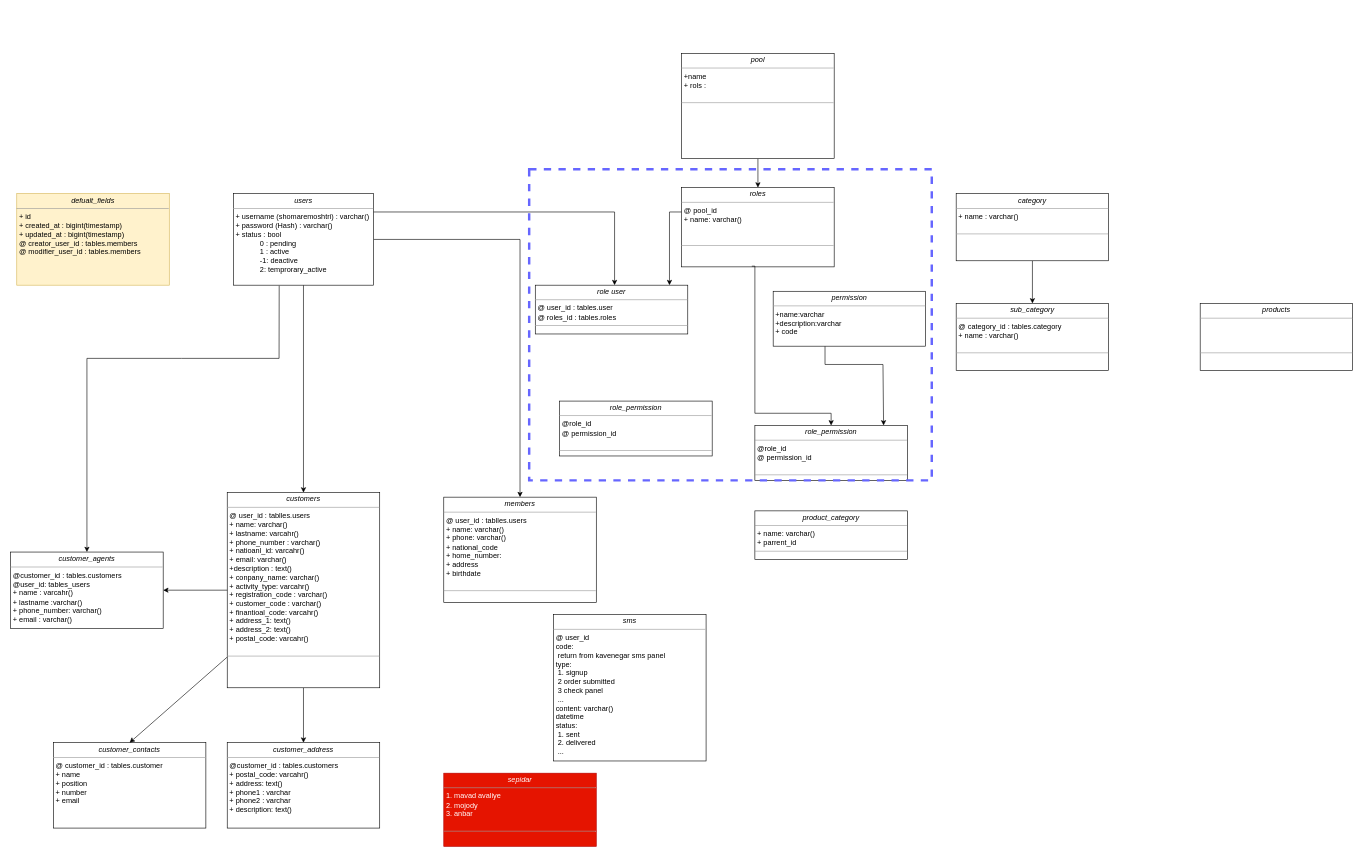
The draw.io diagram negarhak.drawio in MeysamRT76/negarhak-db-uml, before the edit. Source tidied: cells renumbered, new cells numbered last; positions are measured from the earlier drawing's top-left corner, leaving out a move shared by most shapes. Both pictures are drawn from the tidied source at 61%, with x=0, y=0 at pixel (10, 53).
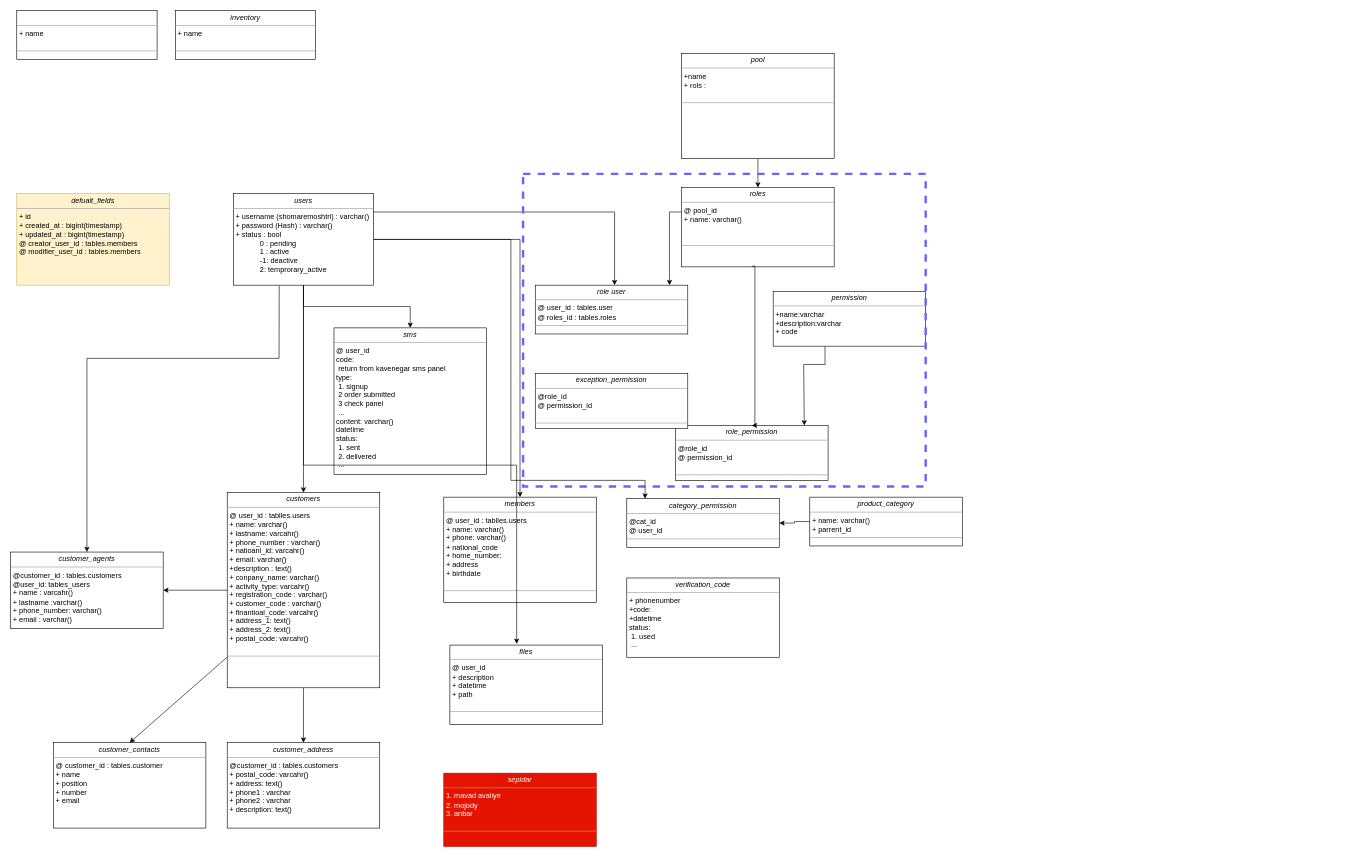
The same page after the edit.

The change refers to these unchanged cells:
```xml
<mxCell id="4" value="&lt;p style=&quot;margin:0px;margin-top:4px;text-align:center;&quot;&gt;&lt;i&gt;users&lt;/i&gt;&lt;/p&gt;&lt;hr size=&quot;1&quot;&gt;&lt;p style=&quot;margin:0px;margin-left:4px;&quot;&gt;+ username (shomaremoshtri) : varchar()&amp;nbsp;&lt;br&gt;+ password (Hash) : varchar()&lt;/p&gt;&lt;p style=&quot;margin:0px;margin-left:4px;&quot;&gt;+ status : bool&lt;/p&gt;&lt;blockquote style=&quot;margin: 0 0 0 40px; border: none; padding: 0px;&quot;&gt;&lt;p style=&quot;margin:0px;margin-left:4px;&quot;&gt;0 : pending&lt;/p&gt;&lt;p style=&quot;margin:0px;margin-left:4px;&quot;&gt;1 : active&lt;/p&gt;&lt;p style=&quot;margin:0px;margin-left:4px;&quot;&gt;-1: deactive&lt;/p&gt;&lt;p style=&quot;margin:0px;margin-left:4px;&quot;&gt;2: temprorary_active&lt;/p&gt;&lt;/blockquote&gt;&lt;p style=&quot;margin:0px;margin-left:4px;&quot;&gt;&lt;br&gt;&lt;/p&gt;&lt;hr size=&quot;1&quot;&gt;&lt;p style=&quot;margin:0px;margin-left:4px;&quot;&gt;&lt;br&gt;&lt;/p&gt;" style="verticalAlign=top;align=left;overflow=fill;fontSize=12;fontFamily=Helvetica;html=1;rounded=0;shadow=0;comic=0;labelBackgroundColor=none;strokeWidth=1;" parent="1" vertex="1">
  <mxGeometry x="365" y="230" width="230" height="150" as="geometry" />
</mxCell>
<mxCell id="8" value="&lt;p style=&quot;margin:0px;margin-top:4px;text-align:center;&quot;&gt;&lt;i&gt;roles&lt;/i&gt;&lt;/p&gt;&lt;hr size=&quot;1&quot;&gt;&lt;p style=&quot;margin:0px;margin-left:4px;&quot;&gt;&lt;span style=&quot;background-color: initial;&quot;&gt;@ pool_id&lt;/span&gt;&lt;/p&gt;&lt;p style=&quot;margin:0px;margin-left:4px;&quot;&gt;&lt;span style=&quot;background-color: initial;&quot;&gt;+ name: varchar()&lt;/span&gt;&lt;/p&gt;&lt;p style=&quot;margin:0px;margin-left:4px;&quot;&gt;&lt;br&gt;&lt;/p&gt;&lt;p style=&quot;margin:0px;margin-left:4px;&quot;&gt;&lt;br&gt;&lt;/p&gt;&lt;hr size=&quot;1&quot;&gt;&lt;p style=&quot;margin:0px;margin-left:4px;&quot;&gt;&lt;br&gt;&lt;/p&gt;" style="verticalAlign=top;align=left;overflow=fill;fontSize=12;fontFamily=Helvetica;html=1;rounded=0;shadow=0;comic=0;labelBackgroundColor=none;strokeWidth=1;" parent="1" vertex="1">
  <mxGeometry x="1100" y="220" width="250" height="130" as="geometry" />
</mxCell>
<mxCell id="27" value="&lt;p style=&quot;margin:0px;margin-top:4px;text-align:center;&quot;&gt;&lt;i&gt;permission&lt;/i&gt;&lt;/p&gt;&lt;hr size=&quot;1&quot;&gt;&lt;p style=&quot;margin:0px;margin-left:4px;&quot;&gt;+name:varchar&lt;/p&gt;&lt;p style=&quot;margin:0px;margin-left:4px;&quot;&gt;+description:varchar&lt;/p&gt;&lt;p style=&quot;margin:0px;margin-left:4px;&quot;&gt;+ code&lt;/p&gt;&lt;p style=&quot;margin:0px;margin-left:4px;&quot;&gt;&lt;br&gt;&lt;/p&gt;&lt;hr size=&quot;1&quot;&gt;&lt;p style=&quot;margin:0px;margin-left:4px;&quot;&gt;&lt;br&gt;&lt;/p&gt;" style="verticalAlign=top;align=left;overflow=fill;fontSize=12;fontFamily=Helvetica;html=1;rounded=0;shadow=0;comic=0;labelBackgroundColor=none;strokeWidth=1;" parent="1" vertex="1">
  <mxGeometry x="1250" y="390" width="250" height="90" as="geometry" />
</mxCell>
```

The edit, as a diff of the source:
```diff
@@
-    <mxCell id="17" style="edgeStyle=orthogonalEdgeStyle;rounded=0;jettySize=auto;html=1;" parent="1" edge="1" source="18" target="19">
-      <mxGeometry relative="1" as="geometry" />
-    </mxCell>
-    <mxCell id="18" value="&lt;p style=&quot;margin:0px;margin-top:4px;text-align:center;&quot;&gt;&lt;i&gt;category&lt;/i&gt;&lt;/p&gt;&lt;hr size=&quot;1&quot;&gt;&lt;p style=&quot;margin:0px;margin-left:4px;&quot;&gt;+ name : varchar()&lt;/p&gt;&lt;p style=&quot;margin:0px;margin-left:4px;&quot;&gt;&lt;br&gt;&lt;/p&gt;&lt;hr size=&quot;1&quot;&gt;&lt;p style=&quot;margin:0px;margin-left:4px;&quot;&gt;&lt;br&gt;&lt;/p&gt;" style="verticalAlign=top;align=left;overflow=fill;fontSize=12;fontFamily=Helvetica;html=1;rounded=0;shadow=0;comic=0;labelBackgroundColor=none;strokeWidth=1;" parent="1" vertex="1">
-      <mxGeometry x="1550" y="230" width="250" height="110" as="geometry" />
-    </mxCell>
-    <mxCell id="19" value="&lt;p style=&quot;margin:0px;margin-top:4px;text-align:center;&quot;&gt;&lt;i&gt;sub_category&lt;/i&gt;&lt;/p&gt;&lt;hr size=&quot;1&quot;&gt;&lt;p style=&quot;margin:0px;margin-left:4px;&quot;&gt;@ category_id : tables.category&lt;/p&gt;&lt;p style=&quot;margin:0px;margin-left:4px;&quot;&gt;+ name : varchar()&lt;/p&gt;&lt;p style=&quot;margin:0px;margin-left:4px;&quot;&gt;&lt;br&gt;&lt;/p&gt;&lt;hr size=&quot;1&quot;&gt;&lt;p style=&quot;margin:0px;margin-left:4px;&quot;&gt;&lt;br&gt;&lt;/p&gt;" style="verticalAlign=top;align=left;overflow=fill;fontSize=12;fontFamily=Helvetica;html=1;rounded=0;shadow=0;comic=0;labelBackgroundColor=none;strokeWidth=1;" parent="1" vertex="1">
-      <mxGeometry x="1550" y="410" width="250" height="110" as="geometry" />
-    </mxCell>
-    <mxCell id="20" value="&lt;p style=&quot;margin:0px;margin-top:4px;text-align:center;&quot;&gt;&lt;i&gt;products&lt;/i&gt;&lt;/p&gt;&lt;hr size=&quot;1&quot;&gt;&lt;p style=&quot;margin:0px;margin-left:4px;&quot;&gt;&lt;br&gt;&lt;/p&gt;&lt;p style=&quot;margin:0px;margin-left:4px;&quot;&gt;&lt;br&gt;&lt;/p&gt;&lt;p style=&quot;margin:0px;margin-left:4px;&quot;&gt;&lt;br&gt;&lt;/p&gt;&lt;hr size=&quot;1&quot;&gt;&lt;p style=&quot;margin:0px;margin-left:4px;&quot;&gt;&lt;br&gt;&lt;/p&gt;" style="verticalAlign=top;align=left;overflow=fill;fontSize=12;fontFamily=Helvetica;html=1;rounded=0;shadow=0;comic=0;labelBackgroundColor=none;strokeWidth=1;" parent="1" vertex="1">
-      <mxGeometry x="1950" y="410" width="250" height="110" as="geometry" />
-    </mxCell>
+    <mxCell id="34" style="edgeStyle=orthogonalEdgeStyle;rounded=0;jettySize=auto;html=1;" parent="1" edge="1" source="21" target="38">
+      <mxGeometry relative="1" as="geometry" />
+    </mxCell>
     <mxCell id="21" value="&lt;p style=&quot;margin:0px;margin-top:4px;text-align:center;&quot;&gt;&lt;i&gt;product_category&lt;/i&gt;&lt;/p&gt;&lt;hr size=&quot;1&quot;&gt;&lt;p style=&quot;margin:0px;margin-left:4px;&quot;&gt;&lt;span style=&quot;background-color: initial;&quot;&gt;+ name: varchar()&lt;/span&gt;&lt;/p&gt;&lt;p style=&quot;margin:0px;margin-left:4px;&quot;&gt;+ parrent_id&lt;/p&gt;&lt;hr size=&quot;1&quot;&gt;&lt;p style=&quot;margin:0px;margin-left:4px;&quot;&gt;&lt;br&gt;&lt;/p&gt;" style="verticalAlign=top;align=left;overflow=fill;fontSize=12;fontFamily=Helvetica;html=1;rounded=0;shadow=0;comic=0;labelBackgroundColor=none;strokeWidth=1;" parent="1" vertex="1">
-      <mxGeometry x="1220" y="750" width="250" height="80" as="geometry" />
+      <mxGeometry x="1310" y="727.5" width="250" height="80" as="geometry" />
     </mxCell>
@@
     <mxCell id="23" value="&lt;p style=&quot;margin:0px;margin-top:4px;text-align:center;&quot;&gt;&lt;i&gt;sms&lt;/i&gt;&lt;/p&gt;&lt;hr size=&quot;1&quot;&gt;&lt;p style=&quot;margin:0px;margin-left:4px;&quot;&gt;&lt;span style=&quot;background-color: initial;&quot;&gt;@ user_id&lt;/span&gt;&lt;/p&gt;&lt;p style=&quot;margin:0px;margin-left:4px;&quot;&gt;&lt;span style=&quot;background-color: initial;&quot;&gt;code:&amp;nbsp;&lt;/span&gt;&lt;br&gt;&lt;/p&gt;&lt;p style=&quot;margin:0px;margin-left:4px;&quot;&gt;&lt;span style=&quot;background-color: initial;&quot;&gt;&lt;span style=&quot;white-space: pre;&quot;&gt; &lt;/span&gt;return from kavenegar sms panel&lt;br&gt;&lt;/span&gt;&lt;/p&gt;&lt;p style=&quot;margin:0px;margin-left:4px;&quot;&gt;&lt;span style=&quot;background-color: initial;&quot;&gt;type:&amp;nbsp;&lt;/span&gt;&lt;/p&gt;&lt;p style=&quot;margin:0px;margin-left:4px;&quot;&gt;&lt;span style=&quot;background-color: initial;&quot;&gt;&lt;span style=&quot;white-space: pre;&quot;&gt; &lt;/span&gt;1. signup&lt;br&gt;&lt;/span&gt;&lt;/p&gt;&lt;p style=&quot;margin:0px;margin-left:4px;&quot;&gt;&lt;span style=&quot;background-color: initial;&quot;&gt;&lt;span style=&quot;white-space: pre;&quot;&gt; &lt;/span&gt;2 order submitted&lt;br&gt;&lt;/span&gt;&lt;/p&gt;&lt;p style=&quot;margin:0px;margin-left:4px;&quot;&gt;&lt;span style=&quot;background-color: initial;&quot;&gt;&lt;span style=&quot;white-space: pre;&quot;&gt; &lt;/span&gt;3 check panel&lt;br&gt;&lt;/span&gt;&lt;/p&gt;&lt;p style=&quot;margin:0px;margin-left:4px;&quot;&gt;&lt;span style=&quot;background-color: initial;&quot;&gt;&lt;span style=&quot;white-space: pre;&quot;&gt; &lt;/span&gt;...&lt;br&gt;&lt;/span&gt;&lt;/p&gt;&lt;p style=&quot;margin:0px;margin-left:4px;&quot;&gt;content: varchar()&lt;/p&gt;&lt;p style=&quot;margin:0px;margin-left:4px;&quot;&gt;datetime&lt;/p&gt;&lt;p style=&quot;margin:0px;margin-left:4px;&quot;&gt;status:&lt;/p&gt;&lt;p style=&quot;margin:0px;margin-left:4px;&quot;&gt;&lt;span style=&quot;white-space: pre;&quot;&gt; &lt;/span&gt;1. sent&lt;br&gt;&lt;/p&gt;&lt;p style=&quot;margin:0px;margin-left:4px;&quot;&gt;&lt;span style=&quot;white-space: pre;&quot;&gt; &lt;/span&gt;2. delivered&lt;br&gt;&lt;/p&gt;&lt;p style=&quot;margin:0px;margin-left:4px;&quot;&gt;&lt;span style=&quot;white-space: pre;&quot;&gt; &lt;/span&gt;...&lt;br&gt;&lt;/p&gt;&lt;p style=&quot;margin:0px;margin-left:4px;&quot;&gt;&lt;br&gt;&lt;/p&gt;&lt;p style=&quot;margin:0px;margin-left:4px;&quot;&gt;&lt;br&gt;&lt;/p&gt;&lt;p style=&quot;margin:0px;margin-left:4px;&quot;&gt;&lt;br&gt;&lt;/p&gt;&lt;hr size=&quot;1&quot;&gt;&lt;p style=&quot;margin:0px;margin-left:4px;&quot;&gt;&lt;br&gt;&lt;/p&gt;" style="verticalAlign=top;align=left;overflow=fill;fontSize=12;fontFamily=Helvetica;html=1;rounded=0;shadow=0;comic=0;labelBackgroundColor=none;strokeWidth=1;" parent="1" vertex="1">
-      <mxGeometry x="890" y="920" width="250" height="240" as="geometry" />
+      <mxGeometry x="530" y="450" width="250" height="240" as="geometry" />
     </mxCell>
@@
     <mxCell id="26" style="edgeStyle=orthogonalEdgeStyle;rounded=0;jettySize=auto;html=1;entryX=0.844;entryY=0;entryDx=0;entryDy=0;entryPerimeter=0;" parent="1" edge="1" source="27" target="28">
-      <mxGeometry relative="1" as="geometry">
+      <mxGeometry x="0.95" y="-30" relative="1" as="geometry">
         <Array as="points">
           <mxPoint x="1335" y="510" />
-          <mxPoint x="1430" y="510" />
+          <mxPoint x="1300" y="510" />
+          <mxPoint x="1300" y="610" />
         </Array>
       </mxGeometry>
     </mxCell>
@@
     <mxCell id="28" value="&lt;p style=&quot;margin:0px;margin-top:4px;text-align:center;&quot;&gt;&lt;i&gt;role_permission&lt;/i&gt;&lt;/p&gt;&lt;hr size=&quot;1&quot;&gt;&lt;p style=&quot;margin:0px;margin-left:4px;&quot;&gt;@role_id&lt;/p&gt;&lt;p style=&quot;margin:0px;margin-left:4px;&quot;&gt;@ permission_id&lt;/p&gt;&lt;p style=&quot;margin:0px;margin-left:4px;&quot;&gt;&lt;br&gt;&lt;/p&gt;&lt;hr size=&quot;1&quot;&gt;&lt;p style=&quot;margin:0px;margin-left:4px;&quot;&gt;&lt;br&gt;&lt;/p&gt;" style="verticalAlign=top;align=left;overflow=fill;fontSize=12;fontFamily=Helvetica;html=1;rounded=0;shadow=0;comic=0;labelBackgroundColor=none;strokeWidth=1;" parent="1" vertex="1">
-      <mxGeometry x="1220" y="610" width="250" height="90" as="geometry" />
+      <mxGeometry x="1090" y="610" width="250" height="90" as="geometry" />
     </mxCell>
     <mxCell id="29" style="edgeStyle=orthogonalEdgeStyle;rounded=0;jettySize=auto;html=1;exitX=0.46;exitY=0.991;exitDx=0;exitDy=0;exitPerimeter=0;entryX=0.5;entryY=0;entryDx=0;entryDy=0;" parent="1" edge="1" source="8" target="28">
       <mxGeometry relative="1" as="geometry">
         <Array as="points">
-          <mxPoint x="1220" y="349" />
-          <mxPoint x="1220" y="590" />
-          <mxPoint x="1345" y="590" />
+          <mxPoint x="1220" y="348" />
+          <mxPoint x="1220" y="610" />
         </Array>
       </mxGeometry>
     </mxCell>
@@
-    <mxCell id="32" value="&lt;p style=&quot;margin:0px;margin-top:4px;text-align:center;&quot;&gt;&lt;i&gt;role_permission&lt;/i&gt;&lt;/p&gt;&lt;hr size=&quot;1&quot;&gt;&lt;p style=&quot;margin:0px;margin-left:4px;&quot;&gt;@role_id&lt;/p&gt;&lt;p style=&quot;margin:0px;margin-left:4px;&quot;&gt;@ permission_id&lt;/p&gt;&lt;p style=&quot;margin:0px;margin-left:4px;&quot;&gt;&lt;br&gt;&lt;/p&gt;&lt;hr size=&quot;1&quot;&gt;&lt;p style=&quot;margin:0px;margin-left:4px;&quot;&gt;&lt;br&gt;&lt;/p&gt;" style="verticalAlign=top;align=left;overflow=fill;fontSize=12;fontFamily=Helvetica;html=1;rounded=0;shadow=0;comic=0;labelBackgroundColor=none;strokeWidth=1;" parent="1" vertex="1">
-      <mxGeometry x="900" y="570" width="250" height="90" as="geometry" />
-    </mxCell>
     <mxCell id="33" style="rounded=0;whiteSpace=wrap;html=1;fillColor=none;fontColor=#ffffff;strokeColor=#6666FF;dashed=1;strokeWidth=4;" parent="1" vertex="1">
-      <mxGeometry x="850" y="190" width="660" height="510" as="geometry" />
+      <mxGeometry x="840" y="197.5" width="660" height="512.5" as="geometry" />
     </mxCell>
+    <mxCell id="35" style="edgeStyle=orthogonalEdgeStyle;rounded=0;jettySize=auto;html=1;entryX=0.5;entryY=0;entryDx=0;entryDy=0;" parent="1" edge="1" source="4" target="23">
+      <mxGeometry relative="1" as="geometry" />
+    </mxCell>
+    <mxCell id="36" value="&lt;p style=&quot;margin:0px;margin-top:4px;text-align:center;&quot;&gt;&lt;i&gt;verification_code&lt;/i&gt;&lt;/p&gt;&lt;hr size=&quot;1&quot;&gt;&lt;p style=&quot;margin:0px;margin-left:4px;&quot;&gt;+ phonenumber&lt;/p&gt;&lt;p style=&quot;margin:0px;margin-left:4px;&quot;&gt;+code:&lt;/p&gt;&lt;p style=&quot;margin:0px;margin-left:4px;&quot;&gt;+datetime&lt;/p&gt;&lt;p style=&quot;margin:0px;margin-left:4px;&quot;&gt;status:&lt;/p&gt;&lt;p style=&quot;margin:0px;margin-left:4px;&quot;&gt;&lt;span style=&quot;white-space: pre;&quot;&gt; &lt;/span&gt;1. used&lt;br&gt;&lt;/p&gt;&lt;p style=&quot;margin:0px;margin-left:4px;&quot;&gt;&lt;span style=&quot;white-space: pre;&quot;&gt; &lt;/span&gt;...&lt;br&gt;&lt;/p&gt;&lt;p style=&quot;margin:0px;margin-left:4px;&quot;&gt;&lt;br&gt;&lt;/p&gt;&lt;p style=&quot;margin:0px;margin-left:4px;&quot;&gt;&lt;br&gt;&lt;/p&gt;&lt;hr size=&quot;1&quot;&gt;&lt;p style=&quot;margin:0px;margin-left:4px;&quot;&gt;&lt;br&gt;&lt;/p&gt;" style="verticalAlign=top;align=left;overflow=fill;fontSize=12;fontFamily=Helvetica;html=1;rounded=0;shadow=0;comic=0;labelBackgroundColor=none;strokeWidth=1;" parent="1" vertex="1">
+      <mxGeometry x="1010" y="860" width="250" height="130" as="geometry" />
+    </mxCell>
+    <mxCell id="37" value="&lt;p style=&quot;margin:0px;margin-top:4px;text-align:center;&quot;&gt;&lt;i&gt;exception_permission&lt;/i&gt;&lt;/p&gt;&lt;hr size=&quot;1&quot;&gt;&lt;p style=&quot;margin:0px;margin-left:4px;&quot;&gt;@role_id&lt;/p&gt;&lt;p style=&quot;margin:0px;margin-left:4px;&quot;&gt;@ permission_id&lt;/p&gt;&lt;p style=&quot;margin:0px;margin-left:4px;&quot;&gt;&lt;br&gt;&lt;/p&gt;&lt;hr size=&quot;1&quot;&gt;&lt;p style=&quot;margin:0px;margin-left:4px;&quot;&gt;&lt;br&gt;&lt;/p&gt;" style="verticalAlign=top;align=left;overflow=fill;fontSize=12;fontFamily=Helvetica;html=1;rounded=0;shadow=0;comic=0;labelBackgroundColor=none;strokeWidth=1;" parent="1" vertex="1">
+      <mxGeometry x="860" y="525" width="250" height="90" as="geometry" />
+    </mxCell>
+    <mxCell id="38" value="&lt;p style=&quot;margin:0px;margin-top:4px;text-align:center;&quot;&gt;&lt;i&gt;category_permission&lt;/i&gt;&lt;/p&gt;&lt;hr size=&quot;1&quot;&gt;&lt;p style=&quot;margin:0px;margin-left:4px;&quot;&gt;@cat_id&lt;/p&gt;&lt;p style=&quot;margin:0px;margin-left:4px;&quot;&gt;@ user_id&lt;/p&gt;&lt;hr size=&quot;1&quot;&gt;&lt;p style=&quot;margin:0px;margin-left:4px;&quot;&gt;&lt;br&gt;&lt;/p&gt;" style="verticalAlign=top;align=left;overflow=fill;fontSize=12;fontFamily=Helvetica;html=1;rounded=0;shadow=0;comic=0;labelBackgroundColor=none;strokeWidth=1;" parent="1" vertex="1">
+      <mxGeometry x="1010" y="730" width="250" height="80" as="geometry" />
+    </mxCell>
+    <mxCell id="39" style="edgeStyle=orthogonalEdgeStyle;rounded=0;jettySize=auto;html=1;entryX=0.12;entryY=0;entryDx=0;entryDy=0;entryPerimeter=0;" parent="1" edge="1" source="4" target="38">
+      <mxGeometry relative="1" as="geometry">
+        <Array as="points">
+          <mxPoint x="820" y="305" />
+          <mxPoint x="820" y="700" />
+          <mxPoint x="1040" y="700" />
+        </Array>
+      </mxGeometry>
+    </mxCell>
+    <mxCell id="40" value="&lt;p style=&quot;margin:0px;margin-top:4px;text-align:center;&quot;&gt;&lt;br&gt;&lt;/p&gt;&lt;hr size=&quot;1&quot;&gt;&lt;p style=&quot;margin:0px;margin-left:4px;&quot;&gt;+ name&lt;/p&gt;&lt;p style=&quot;margin:0px;margin-left:4px;&quot;&gt;&lt;br&gt;&lt;/p&gt;&lt;hr size=&quot;1&quot;&gt;&lt;p style=&quot;margin:0px;margin-left:4px;&quot;&gt;&lt;br&gt;&lt;/p&gt;" style="verticalAlign=top;align=left;overflow=fill;fontSize=12;fontFamily=Helvetica;html=1;rounded=0;shadow=0;comic=0;labelBackgroundColor=none;strokeWidth=1;" parent="1" vertex="1">
+      <mxGeometry x="10" y="-70" width="230" height="80" as="geometry" />
+    </mxCell>
+    <mxCell id="41" value="&lt;p style=&quot;margin:0px;margin-top:4px;text-align:center;&quot;&gt;&lt;i&gt;inventory&lt;/i&gt;&lt;/p&gt;&lt;hr size=&quot;1&quot;&gt;&lt;p style=&quot;margin:0px;margin-left:4px;&quot;&gt;+ name&lt;/p&gt;&lt;p style=&quot;margin:0px;margin-left:4px;&quot;&gt;&lt;br&gt;&lt;/p&gt;&lt;hr size=&quot;1&quot;&gt;&lt;p style=&quot;margin:0px;margin-left:4px;&quot;&gt;&lt;br&gt;&lt;/p&gt;" style="verticalAlign=top;align=left;overflow=fill;fontSize=12;fontFamily=Helvetica;html=1;rounded=0;shadow=0;comic=0;labelBackgroundColor=none;strokeWidth=1;" parent="1" vertex="1">
+      <mxGeometry x="270" y="-70" width="230" height="80" as="geometry" />
+    </mxCell>
+    <mxCell id="42" value="&lt;p style=&quot;margin:0px;margin-top:4px;text-align:center;&quot;&gt;&lt;i&gt;files&lt;/i&gt;&lt;/p&gt;&lt;hr size=&quot;1&quot;&gt;&lt;p style=&quot;margin:0px;margin-left:4px;&quot;&gt;@ user_id&lt;/p&gt;&lt;p style=&quot;margin:0px;margin-left:4px;&quot;&gt;+ description&lt;/p&gt;&lt;p style=&quot;margin:0px;margin-left:4px;&quot;&gt;+ datetime&lt;/p&gt;&lt;p style=&quot;margin:0px;margin-left:4px;&quot;&gt;+ path&lt;/p&gt;&lt;p style=&quot;margin:0px;margin-left:4px;&quot;&gt;&lt;br&gt;&lt;/p&gt;&lt;hr size=&quot;1&quot;&gt;&lt;p style=&quot;margin:0px;margin-left:4px;&quot;&gt;&lt;br&gt;&lt;/p&gt;" style="verticalAlign=top;align=left;overflow=fill;fontSize=12;fontFamily=Helvetica;html=1;rounded=0;shadow=0;comic=0;labelBackgroundColor=none;strokeWidth=1;" parent="1" vertex="1">
+      <mxGeometry x="720" y="970" width="250" height="130" as="geometry" />
+    </mxCell>
+    <mxCell id="43" style="edgeStyle=orthogonalEdgeStyle;rounded=0;jettySize=auto;html=1;exitX=0.5;exitY=1;exitDx=0;exitDy=0;entryX=0.438;entryY=-0.015;entryDx=0;entryDy=0;entryPerimeter=0;" parent="1" edge="1" source="4" target="42">
+      <mxGeometry relative="1" as="geometry" />
+    </mxCell>
```
